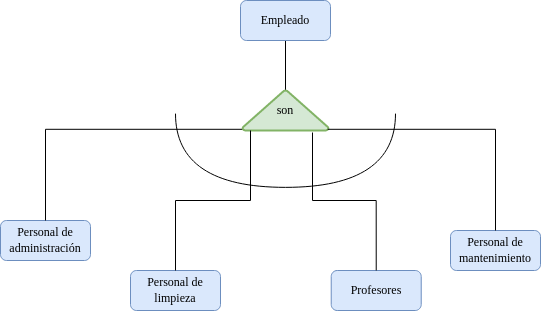
Before: Unidad-1/Tareas./Tarea-8 (diagramas)/Sistema Empresa Tecnológica.drawio.png, a diagram exported from draw.io (mdiogc/base-datos). Source tidied: cells renumbered, new cells last; positions are measured from the earlier drawing's top-left corner, leaving out a move shared by most shapes. Its diagram source:
```xml
<mxGraphModel>
  <root>
    <mxCell id="0" />
    <mxCell id="1" parent="0" />
    <mxCell id="2" style="edgeStyle=orthogonalEdgeStyle;rounded=0;jettySize=auto;html=1;exitX=0.5;exitY=1;exitDx=0;exitDy=0;endArrow=none;endFill=0;" parent="1" edge="1" source="3" target="9">
      <mxGeometry relative="1" as="geometry" />
    </mxCell>
    <mxCell id="3" value="&lt;font face=&quot;Times New Roman&quot;&gt;Empleado&lt;/font&gt;" style="rounded=1;whiteSpace=wrap;html=1;fillColor=#dae8fc;strokeColor=#6c8ebf;" parent="1" vertex="1">
      <mxGeometry x="240" width="90" height="40" as="geometry" />
    </mxCell>
    <mxCell id="4" value="&lt;font face=&quot;Times New Roman&quot;&gt;Profesores&lt;/font&gt;" style="rounded=1;whiteSpace=wrap;html=1;fillColor=#dae8fc;strokeColor=#6c8ebf;" parent="1" vertex="1">
      <mxGeometry x="330.7" y="270" width="90" height="40" as="geometry" />
    </mxCell>
    <mxCell id="5" value="&lt;font face=&quot;Times New Roman&quot;&gt;Personal de administración&lt;br&gt;&lt;/font&gt;" style="rounded=1;whiteSpace=wrap;html=1;fillColor=#dae8fc;strokeColor=#6c8ebf;" parent="1" vertex="1">
      <mxGeometry y="220" width="90" height="40" as="geometry" />
    </mxCell>
    <mxCell id="6" value="&lt;font face=&quot;Times New Roman&quot;&gt;Personal de limpieza&lt;br&gt;&lt;/font&gt;" style="rounded=1;whiteSpace=wrap;html=1;fillColor=#dae8fc;strokeColor=#6c8ebf;" parent="1" vertex="1">
      <mxGeometry x="130" y="270" width="90" height="40" as="geometry" />
    </mxCell>
    <mxCell id="7" value="&lt;font face=&quot;Times New Roman&quot;&gt;Personal de mantenimiento&lt;br&gt;&lt;/font&gt;" style="rounded=1;whiteSpace=wrap;html=1;fillColor=#dae8fc;strokeColor=#6c8ebf;" parent="1" vertex="1">
      <mxGeometry x="450" y="230" width="90" height="40" as="geometry" />
    </mxCell>
    <mxCell id="8" style="edgeStyle=orthogonalEdgeStyle;rounded=0;jettySize=auto;html=1;exitX=0.01;exitY=0.97;exitDx=0;exitDy=0;exitPerimeter=0;entryX=0.5;entryY=0;entryDx=0;entryDy=0;endArrow=none;endFill=0;" parent="1" edge="1" source="9" target="5">
      <mxGeometry relative="1" as="geometry" />
    </mxCell>
    <mxCell id="9" value="&lt;font face=&quot;Times New Roman&quot;&gt;son&lt;/font&gt;" style="strokeWidth=2;html=1;shape=mxgraph.flowchart.extract_or_measurement;whiteSpace=wrap;fillColor=#d5e8d4;strokeColor=#82b366;" parent="1" vertex="1">
      <mxGeometry x="242" y="90" width="86" height="40" as="geometry" />
    </mxCell>
    <mxCell id="10" style="edgeStyle=orthogonalEdgeStyle;rounded=0;jettySize=auto;html=1;exitX=0.5;exitY=0;exitDx=0;exitDy=0;entryX=0.093;entryY=1;entryDx=0;entryDy=0;entryPerimeter=0;endArrow=none;endFill=0;" parent="1" edge="1" source="6" target="9">
      <mxGeometry relative="1" as="geometry" />
    </mxCell>
    <mxCell id="11" style="edgeStyle=orthogonalEdgeStyle;rounded=0;jettySize=auto;html=1;exitX=0.5;exitY=0;exitDx=0;exitDy=0;entryX=0.99;entryY=0.97;entryDx=0;entryDy=0;entryPerimeter=0;endArrow=none;endFill=0;" parent="1" edge="1" source="7" target="9">
      <mxGeometry relative="1" as="geometry" />
    </mxCell>
    <mxCell id="12" style="shape=requiredInterface;html=1;verticalLabelPosition=bottom;sketch=0;rotation=90;" parent="1" vertex="1">
      <mxGeometry x="248.1" y="40" width="73.7" height="220" as="geometry" />
    </mxCell>
    <mxCell id="13" style="edgeStyle=orthogonalEdgeStyle;rounded=0;jettySize=auto;html=1;exitX=0.5;exitY=0;exitDx=0;exitDy=0;entryX=0.814;entryY=1.05;entryDx=0;entryDy=0;entryPerimeter=0;endArrow=none;endFill=0;" parent="1" edge="1" source="4" target="9">
      <mxGeometry relative="1" as="geometry" />
    </mxCell>
  </root>
</mxGraphModel>
```
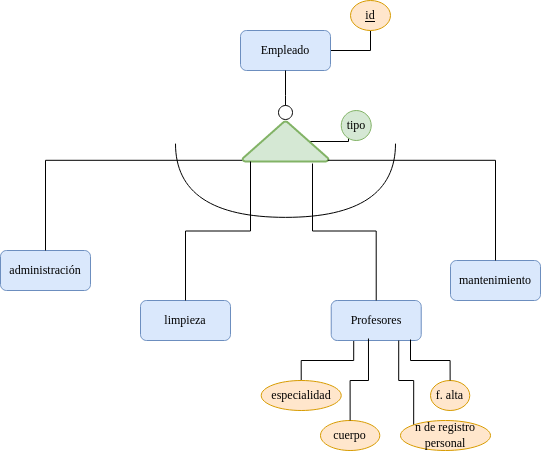
The same file after the commit.

What changed in the source:
```diff
@@ -2,29 +2,35 @@
   <root>
     <mxCell id="0" />
     <mxCell id="1" parent="0" />
-    <mxCell id="2" style="edgeStyle=orthogonalEdgeStyle;rounded=0;jettySize=auto;html=1;exitX=0.5;exitY=1;exitDx=0;exitDy=0;endArrow=none;endFill=0;" parent="1" edge="1" source="3" target="9">
-      <mxGeometry relative="1" as="geometry" />
-    </mxCell>
+    <mxCell id="14" style="edgeStyle=orthogonalEdgeStyle;rounded=0;jettySize=auto;html=1;exitX=1;exitY=0.5;exitDx=0;exitDy=0;entryX=0.5;entryY=1;entryDx=0;entryDy=0;endArrow=none;endFill=0;" parent="1" edge="1" source="3" target="21">
+      <mxGeometry relative="1" as="geometry" />
+    </mxCell>
     <mxCell id="3" value="&lt;font face=&quot;Times New Roman&quot;&gt;Empleado&lt;/font&gt;" style="rounded=1;whiteSpace=wrap;html=1;fillColor=#dae8fc;strokeColor=#6c8ebf;" parent="1" vertex="1">
       <mxGeometry x="240" width="90" height="40" as="geometry" />
     </mxCell>
+    <mxCell id="15" style="edgeStyle=orthogonalEdgeStyle;rounded=0;jettySize=auto;html=1;exitX=0.25;exitY=1;exitDx=0;exitDy=0;entryX=0.5;entryY=0;entryDx=0;entryDy=0;endArrow=none;endFill=0;" parent="1" edge="1" source="4" target="19">
+      <mxGeometry relative="1" as="geometry" />
+    </mxCell>
     <mxCell id="4" value="&lt;font face=&quot;Times New Roman&quot;&gt;Profesores&lt;/font&gt;" style="rounded=1;whiteSpace=wrap;html=1;fillColor=#dae8fc;strokeColor=#6c8ebf;" parent="1" vertex="1">
       <mxGeometry x="330.7" y="270" width="90" height="40" as="geometry" />
     </mxCell>
-    <mxCell id="5" value="&lt;font face=&quot;Times New Roman&quot;&gt;Personal de administración&lt;br&gt;&lt;/font&gt;" style="rounded=1;whiteSpace=wrap;html=1;fillColor=#dae8fc;strokeColor=#6c8ebf;" parent="1" vertex="1">
+    <mxCell id="5" value="&lt;font face=&quot;Times New Roman&quot;&gt;administración&lt;br&gt;&lt;/font&gt;" style="rounded=1;whiteSpace=wrap;html=1;fillColor=#dae8fc;strokeColor=#6c8ebf;" parent="1" vertex="1">
       <mxGeometry y="220" width="90" height="40" as="geometry" />
     </mxCell>
-    <mxCell id="6" value="&lt;font face=&quot;Times New Roman&quot;&gt;Personal de limpieza&lt;br&gt;&lt;/font&gt;" style="rounded=1;whiteSpace=wrap;html=1;fillColor=#dae8fc;strokeColor=#6c8ebf;" parent="1" vertex="1">
-      <mxGeometry x="130" y="270" width="90" height="40" as="geometry" />
+    <mxCell id="6" value="&lt;font face=&quot;Times New Roman&quot;&gt;limpieza&lt;br&gt;&lt;/font&gt;" style="rounded=1;whiteSpace=wrap;html=1;fillColor=#dae8fc;strokeColor=#6c8ebf;" parent="1" vertex="1">
+      <mxGeometry x="140" y="270" width="90" height="40" as="geometry" />
     </mxCell>
-    <mxCell id="7" value="&lt;font face=&quot;Times New Roman&quot;&gt;Personal de mantenimiento&lt;br&gt;&lt;/font&gt;" style="rounded=1;whiteSpace=wrap;html=1;fillColor=#dae8fc;strokeColor=#6c8ebf;" parent="1" vertex="1">
+    <mxCell id="7" value="&lt;font face=&quot;Times New Roman&quot;&gt;mantenimiento&lt;br&gt;&lt;/font&gt;" style="rounded=1;whiteSpace=wrap;html=1;fillColor=#dae8fc;strokeColor=#6c8ebf;" parent="1" vertex="1">
       <mxGeometry x="450" y="230" width="90" height="40" as="geometry" />
     </mxCell>
     <mxCell id="8" style="edgeStyle=orthogonalEdgeStyle;rounded=0;jettySize=auto;html=1;exitX=0.01;exitY=0.97;exitDx=0;exitDy=0;exitPerimeter=0;entryX=0.5;entryY=0;entryDx=0;entryDy=0;endArrow=none;endFill=0;" parent="1" edge="1" source="9" target="5">
       <mxGeometry relative="1" as="geometry" />
     </mxCell>
+    <mxCell id="16" style="edgeStyle=orthogonalEdgeStyle;rounded=0;jettySize=auto;html=1;exitX=0.78;exitY=0.5;exitDx=0;exitDy=0;exitPerimeter=0;endArrow=none;endFill=0;" parent="1" edge="1" source="9" target="23">
+      <mxGeometry relative="1" as="geometry" />
+    </mxCell>
-    <mxCell id="9" value="&lt;font face=&quot;Times New Roman&quot;&gt;son&lt;/font&gt;" style="strokeWidth=2;html=1;shape=mxgraph.flowchart.extract_or_measurement;whiteSpace=wrap;fillColor=#d5e8d4;strokeColor=#82b366;" parent="1" vertex="1">
-      <mxGeometry x="242" y="90" width="86" height="40" as="geometry" />
+    <mxCell id="9" style="strokeWidth=2;html=1;shape=mxgraph.flowchart.extract_or_measurement;whiteSpace=wrap;fillColor=#d5e8d4;strokeColor=#82b366;" parent="1" vertex="1">
+      <mxGeometry x="242" y="91" width="86" height="40" as="geometry" />
     </mxCell>
     <mxCell id="10" style="edgeStyle=orthogonalEdgeStyle;rounded=0;jettySize=auto;html=1;exitX=0.5;exitY=0;exitDx=0;exitDy=0;entryX=0.093;entryY=1;entryDx=0;entryDy=0;entryPerimeter=0;endArrow=none;endFill=0;" parent="1" edge="1" source="6" target="9">
       <mxGeometry relative="1" as="geometry" />
@@ -38,5 +44,40 @@
     <mxCell id="13" style="edgeStyle=orthogonalEdgeStyle;rounded=0;jettySize=auto;html=1;exitX=0.5;exitY=0;exitDx=0;exitDy=0;entryX=0.814;entryY=1.05;entryDx=0;entryDy=0;entryPerimeter=0;endArrow=none;endFill=0;" parent="1" edge="1" source="4" target="9">
       <mxGeometry relative="1" as="geometry" />
     </mxCell>
+    <mxCell id="17" style="edgeStyle=orthogonalEdgeStyle;rounded=0;jettySize=auto;html=1;exitX=0;exitY=0;exitDx=0;exitDy=0;entryX=0.75;entryY=1;entryDx=0;entryDy=0;endArrow=none;endFill=0;" parent="1" edge="1" source="18" target="4">
+      <mxGeometry relative="1" as="geometry" />
+    </mxCell>
+    <mxCell id="18" value="&lt;font face=&quot;Times New Roman&quot;&gt;n de registro personal&lt;/font&gt;" style="ellipse;whiteSpace=wrap;html=1;align=center;fillColor=#ffe6cc;strokeColor=#d79b00;" parent="1" vertex="1">
+      <mxGeometry x="400" y="390" width="90" height="30" as="geometry" />
+    </mxCell>
+    <mxCell id="19" value="&lt;font face=&quot;Times New Roman&quot;&gt;especialidad&lt;/font&gt;" style="ellipse;whiteSpace=wrap;html=1;align=center;fillColor=#ffe6cc;strokeColor=#d79b00;" parent="1" vertex="1">
+      <mxGeometry x="260.7" y="350" width="80" height="30" as="geometry" />
+    </mxCell>
+    <mxCell id="20" value="&lt;font face=&quot;Times New Roman&quot;&gt;cuerpo&lt;/font&gt;" style="ellipse;whiteSpace=wrap;html=1;align=center;fillColor=#ffe6cc;strokeColor=#d79b00;" parent="1" vertex="1">
+      <mxGeometry x="320" y="390" width="59.3" height="30" as="geometry" />
+    </mxCell>
+    <mxCell id="21" value="&lt;u&gt;&lt;font face=&quot;Times New Roman&quot;&gt;id&lt;/font&gt;&lt;/u&gt;" style="ellipse;whiteSpace=wrap;html=1;align=center;fillColor=#ffe6cc;strokeColor=#d79b00;" parent="1" vertex="1">
+      <mxGeometry x="350" y="-30" width="40" height="30" as="geometry" />
+    </mxCell>
+    <mxCell id="22" value="&lt;font face=&quot;Times New Roman&quot;&gt;f. alta&lt;br&gt;&lt;/font&gt;" style="ellipse;whiteSpace=wrap;html=1;align=center;fillColor=#ffe6cc;strokeColor=#d79b00;" parent="1" vertex="1">
+      <mxGeometry x="430" y="350" width="39.3" height="30" as="geometry" />
+    </mxCell>
+    <mxCell id="23" value="&lt;font face=&quot;Times New Roman&quot;&gt;tipo&lt;/font&gt;" style="ellipse;whiteSpace=wrap;html=1;fillColor=#d5e8d4;strokeColor=#82b366;" parent="1" vertex="1">
+      <mxGeometry x="340.7" y="80" width="30" height="30" as="geometry" />
+    </mxCell>
+    <mxCell id="24" style="ellipse;whiteSpace=wrap;html=1;align=center;fillColor=none;strokeColor=none;perimeter=centerPerimeter;" parent="1" vertex="1">
+      <mxGeometry x="285" y="30" width="10" height="10" as="geometry" />
+    </mxCell>
+    <mxCell id="25" style="edgeStyle=orthogonalEdgeStyle;rounded=0;jettySize=auto;html=1;exitX=0.5;exitY=1;exitDx=0;exitDy=0;endArrow=circle;endFill=0;" parent="1" edge="1" source="3">
+      <mxGeometry relative="1" as="geometry">
+        <mxPoint x="285" y="90" as="targetPoint" />
+      </mxGeometry>
+    </mxCell>
+    <mxCell id="26" style="edgeStyle=orthogonalEdgeStyle;rounded=0;jettySize=auto;html=1;exitX=0.5;exitY=0;exitDx=0;exitDy=0;entryX=0.414;entryY=0.95;entryDx=0;entryDy=0;entryPerimeter=0;endArrow=none;endFill=0;" parent="1" edge="1" source="20" target="4">
+      <mxGeometry relative="1" as="geometry" />
+    </mxCell>
+    <mxCell id="27" style="edgeStyle=orthogonalEdgeStyle;rounded=0;jettySize=auto;html=1;exitX=0.5;exitY=0;exitDx=0;exitDy=0;entryX=0.881;entryY=0.975;entryDx=0;entryDy=0;entryPerimeter=0;endArrow=none;endFill=0;" parent="1" edge="1" source="22" target="4">
+      <mxGeometry relative="1" as="geometry" />
+    </mxCell>
   </root>
 </mxGraphModel>
```
